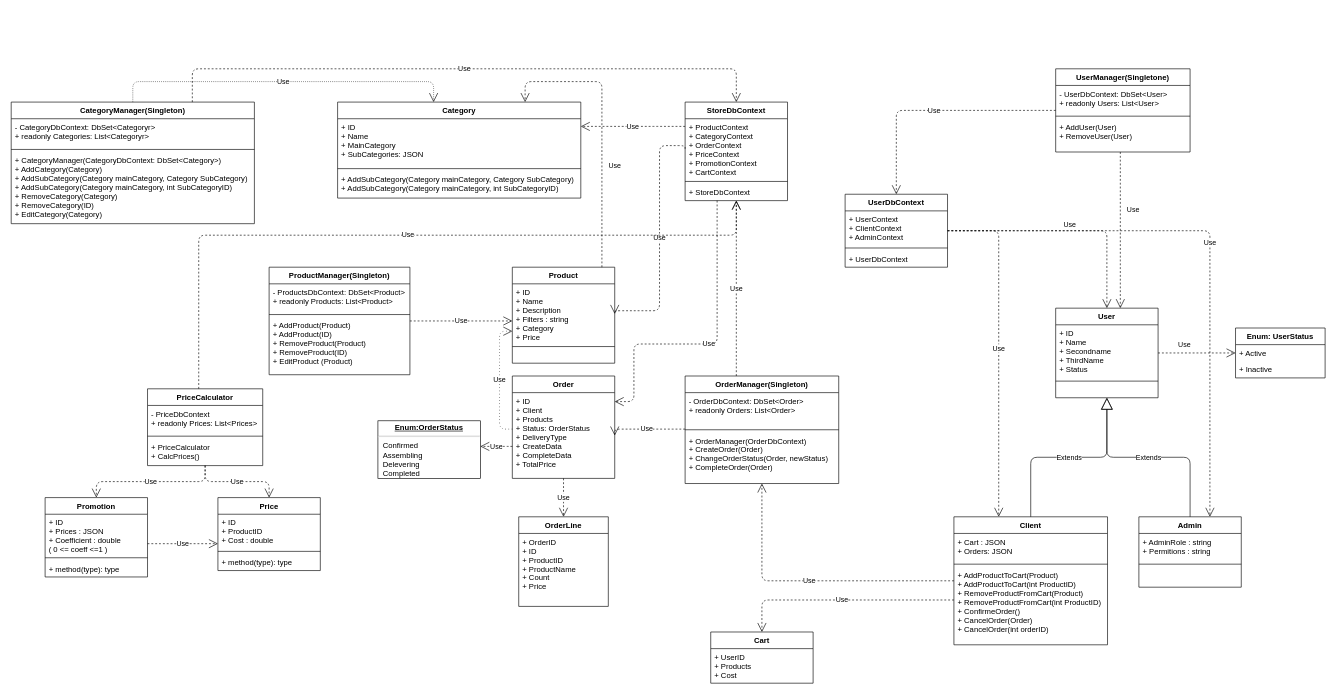
Above: UML Diagram.drawio in ArtemGB/AlpakaStore (draw.io), before the change. Source tidied: cells renumbered, new cells numbered last; positions are measured from the earlier drawing's top-left corner, leaving out a move shared by most shapes. Both pictures are drawn from the tidied source at 64%, with x=0, y=0 at pixel (11, 68).
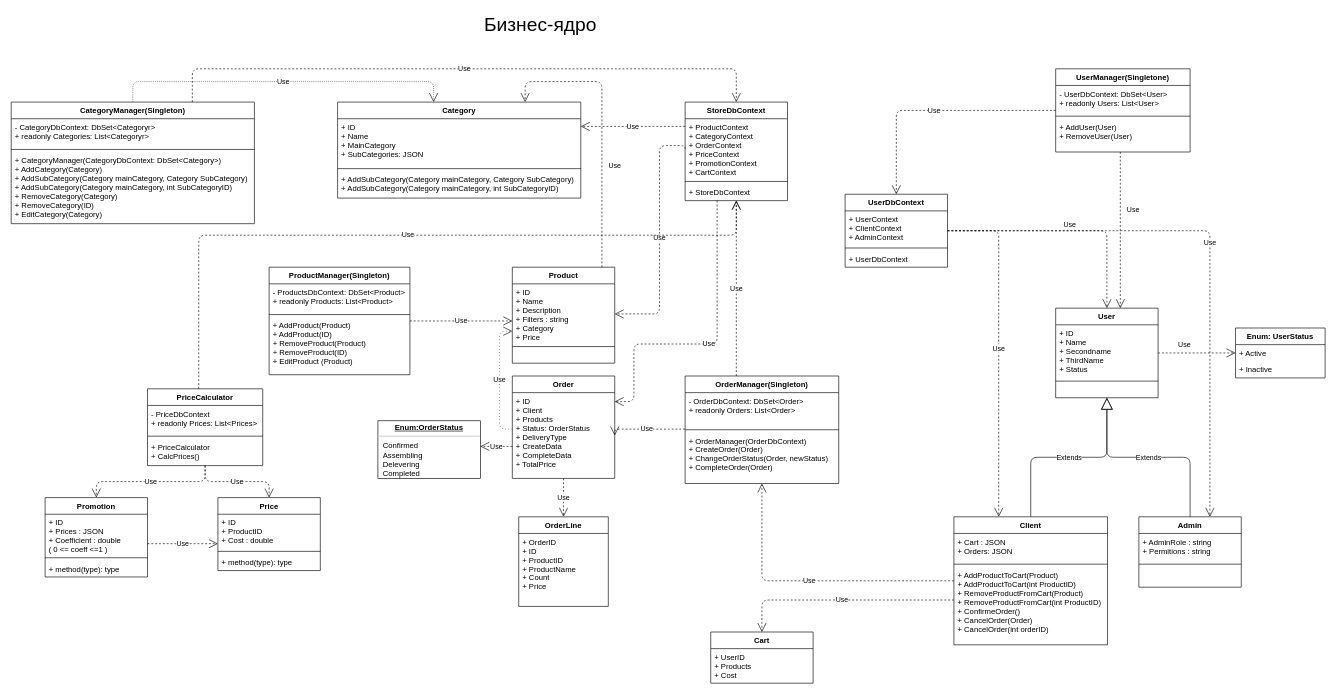
After the change.

Unchanged cells that the change refers to:
```xml
<mxCell id="5" value="Product" style="swimlane;fontStyle=1;align=center;verticalAlign=top;horizontal=1;startSize=26;" parent="1" vertex="1">
  <mxGeometry x="783" y="310" width="160" height="150" as="geometry" />
</mxCell>
<mxCell id="6" value="+ ID&#10;+ Name&#10;+ Description&#10;+ Filters : string&#10;+ Category&#10;+ Price" style="text;strokeColor=none;fillColor=none;align=left;verticalAlign=top;spacingLeft=4;spacingRight=4;overflow=hidden;points=[[0,0.5],[1,0.5]];portConstraint=eastwest;" parent="5" vertex="1">
  <mxGeometry y="26" width="160" height="94" as="geometry" />
</mxCell>
<mxCell id="14" value="+ ProductContext&#10;+ CategoryContext&#10;+ OrderContext&#10;+ PriceContext&#10;+ PromotionContext&#10;+ CartContext" style="text;strokeColor=none;fillColor=none;align=left;verticalAlign=top;spacingLeft=4;spacingRight=4;overflow=hidden;points=[[0,0.5],[1,0.5]];portConstraint=eastwest;" parent="13" vertex="1">
  <mxGeometry y="26" width="160" height="94" as="geometry" />
</mxCell>
```

Change to the diagram source:
```diff
@@
-    <mxCell id="39" value="Use" style="endArrow=open;endSize=12;dashed=1;html=1;exitX=0;exitY=0.5;exitDx=0;exitDy=0;entryX=1;entryY=0.5;entryDx=0;entryDy=0;edgeStyle=orthogonalEdgeStyle;" parent="1" edge="1" source="14" target="6">
+    <mxCell id="39" value="Use" style="endArrow=open;endSize=12;dashed=1;html=1;exitX=0;exitY=0.5;exitDx=0;exitDy=0;edgeStyle=orthogonalEdgeStyle;" parent="1" edge="1" source="14" target="5">
       <mxGeometry relative="1" as="geometry">
         <Array as="points">
+          <mxPoint x="1053" y="120" />
           <mxPoint x="1013" y="120" />
-          <mxPoint x="1013" y="378" />
+          <mxPoint x="1013" y="383" />
         </Array>
       </mxGeometry>
     </mxCell>
@@
+    <mxCell id="94" value="&lt;span style=&quot;font-size: 30px&quot;&gt;Бизнес-ядро&lt;/span&gt;" style="text;html=1;strokeColor=none;fillColor=none;align=center;verticalAlign=middle;whiteSpace=wrap;rounded=0;" parent="1" vertex="1">
+      <mxGeometry x="709" y="-90" width="236" height="40" as="geometry" />
+    </mxCell>
```
